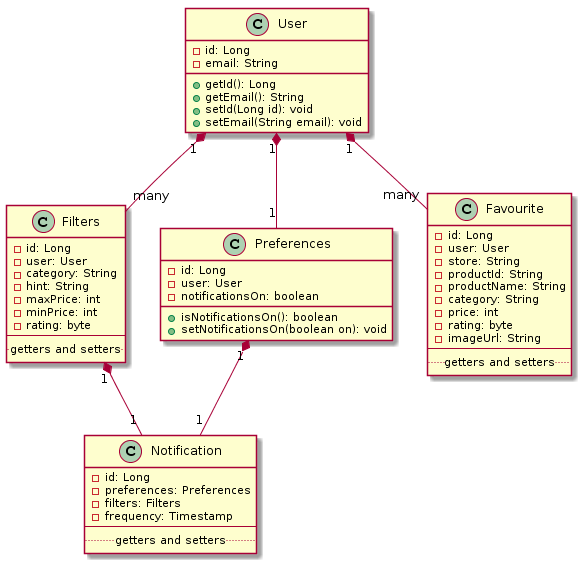
The PlantUML diagram docs/diagrams/class.png in ussur/s-mart, before a commit.
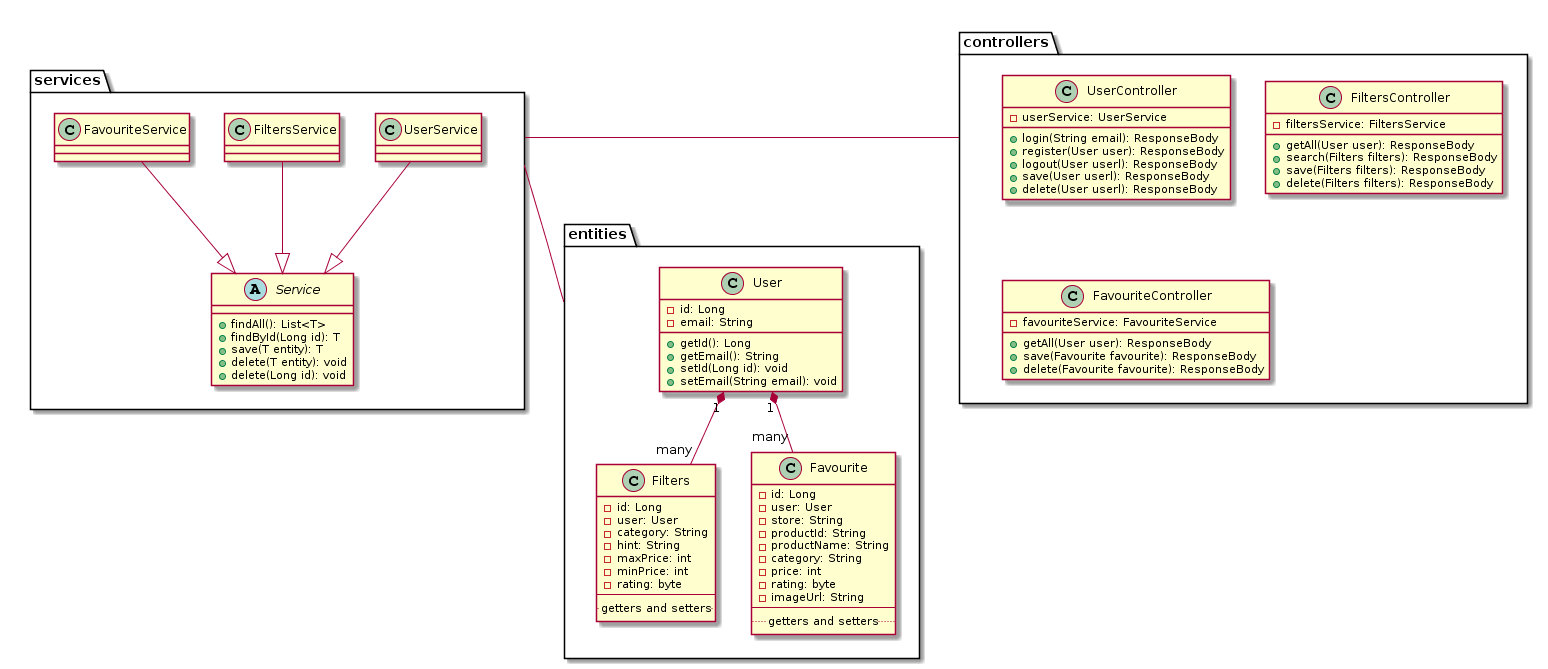
After the change.

Diff of the diagram source:
```diff
@@ -1,65 +1,98 @@
 @startuml
-class User
-class Filters
-class Preferences
-class Notification
-class Favourite
+package entities {
+    class User
+    class Filters
+    class Favourite
 
-class User {
-  -id: Long
-  -email: String
-  +getId(): Long
-  +getEmail(): String
-  +setId(Long id): void
-  +setEmail(String email): void
+    class User {
+      -id: Long
+      -email: String
+      +getId(): Long
+      +getEmail(): String
+      +setId(Long id): void
+      +setEmail(String email): void
+    }
+
+    class Filters {
+      -id: Long
+      -user: User
+      -category: String
+      -hint: String
+      -maxPrice: int
+      -minPrice: int
+      -rating: byte
+      --
+      ..getters and setters..
+    }
+
+    class Favourite {
+      -id: Long
+      -user: User
+      -store: String
+      -productId: String
+      -productName: String
+      -category: String
+      -price: int
+      -rating: byte
+      -imageUrl: String
+      --
+      ..getters and setters..
+    }
+
+    User "1" *-- "many" Filters
+    User "1" *-- "many" Favourite
 }
 
-class Filters {
-  -id: Long
-  -user: User
-  -category: String
-  -hint: String
-  -maxPrice: int
-  -minPrice: int
-  -rating: byte
-  --
-  ..getters and setters..
+package services {
+    class Service
+    class UserService
+    class FiltersService
+    class FavouriteService
+
+    abstract class Service {
+        +findAll(): List<T>
+        +findById(Long id): T
+        +save(T entity): T
+        +delete(T entity): void
+        +delete(Long id): void
+    }
+
+    UserService --|> Service
+    FiltersService --|> Service
+    FavouriteService --|> Service
 }
 
-class Preferences {
-    -id: Long
-    -user: User
-    -notificationsOn: boolean
-    +isNotificationsOn(): boolean
-    +setNotificationsOn(boolean on): void
+services -down- entities
+
+package controllers {
+    class UserController
+    class FiltersController
+    class FavouriteController
+
+    class UserController {
+        -userService: UserService
+        +login(String email): ResponseBody
+        +register(User user): ResponseBody
+        +logout(User userl): ResponseBody
+        +save(User userl): ResponseBody
+        +delete(User userl): ResponseBody
+    }
+
+    class FiltersController {
+        -filtersService: FiltersService
+        +getAll(User user): ResponseBody
+        +search(Filters filters): ResponseBody
+        +save(Filters filters): ResponseBody
+        +delete(Filters filters): ResponseBody
+    }
+
+    class FavouriteController {
+        -favouriteService: FavouriteService
+        +getAll(User user): ResponseBody
+        +save(Favourite favourite): ResponseBody
+        +delete(Favourite favourite): ResponseBody
+    }
 }
 
-class Notification {
-    -id: Long
-    -preferences: Preferences
-    -filters: Filters
-    -frequency: Timestamp
-    --
-    ..getters and setters..
-}
-
-class Favourite {
-  -id: Long
-  -user: User
-  -store: String
-  -productId: String
-  -productName: String
-  -category: String
-  -price: int
-  -rating: byte
-  -imageUrl: String
-  --
-  ..getters and setters..
-}
-
-User "1" *-- "1" Preferences
-User "1" *-- "many" Filters
-User "1" *-- "many" Favourite
-Preferences "1" *-- "1" Notification
-Filters "1" *-- "1" Notification
+services -left- controllers
 @enduml
```
